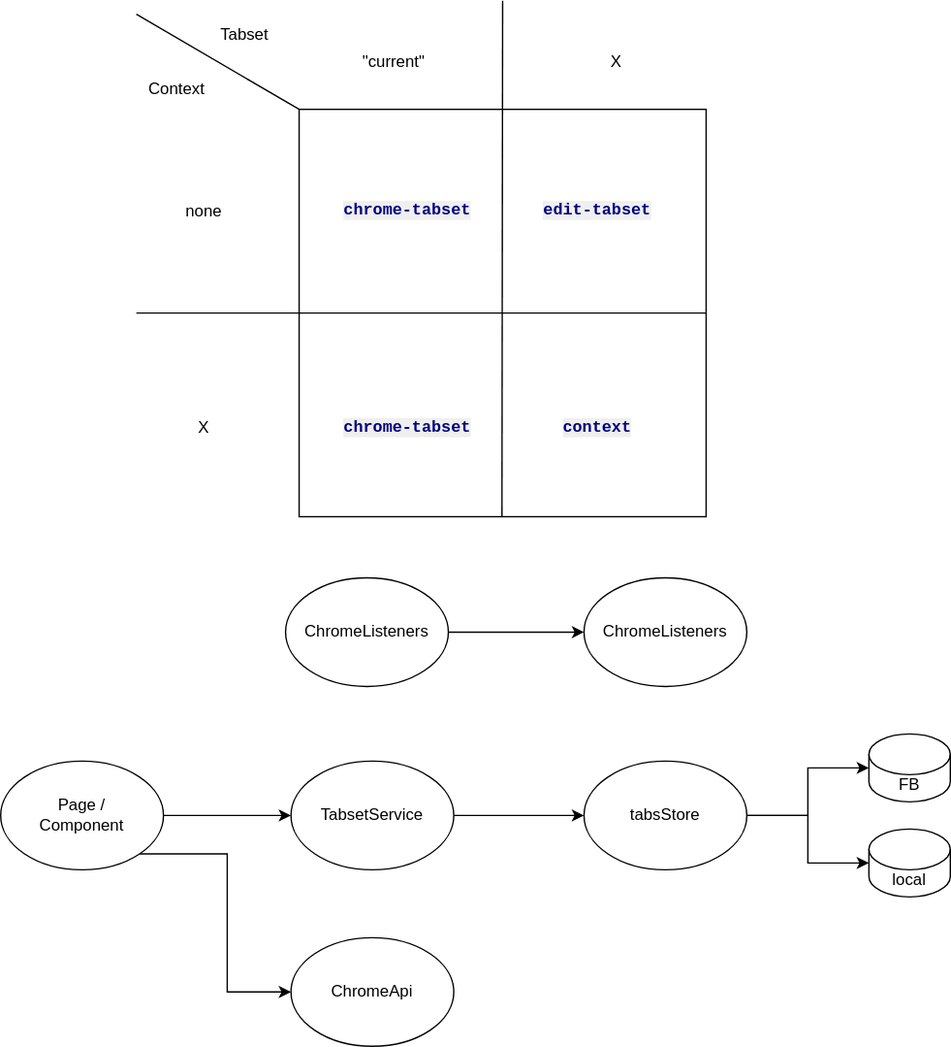
This is docs/overview.svg from evandor/tabsets, a draw.io export, as it was before one commit. Source tidied: cells renumbered, new cells last; positions are measured from the earlier drawing's top-left corner, leaving out a move shared by most shapes.
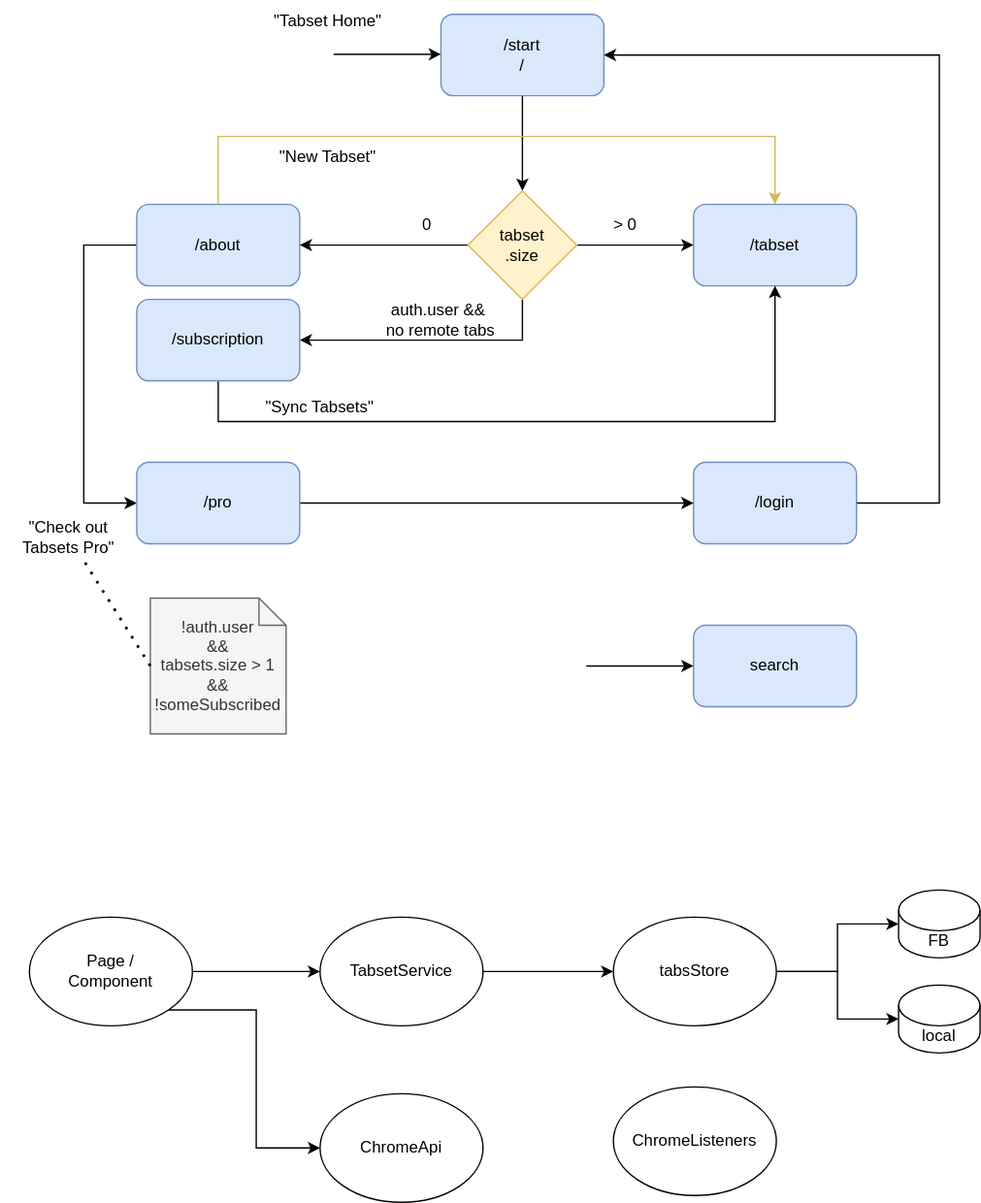
The same diagram one commit later.

Diff of the diagram source:
```diff
@@ -2,55 +2,6 @@
   <root>
     <mxCell id="0" />
     <mxCell id="1" parent="0" />
-    <mxCell id="2" style="whiteSpace=wrap;html=1;" parent="1" vertex="1">
-      <mxGeometry x="220" y="80" width="300" height="300" as="geometry" />
-    </mxCell>
-    <mxCell id="3" style="endArrow=none;html=1;rounded=0;" parent="1" edge="1">
-      <mxGeometry relative="1" as="geometry">
-        <mxPoint x="369.5" y="380" as="sourcePoint" />
-        <mxPoint x="370" as="targetPoint" />
-      </mxGeometry>
-    </mxCell>
-    <mxCell id="4" style="endArrow=none;html=1;rounded=0;entryX=1;entryY=0.5;entryDx=0;entryDy=0;" parent="1" edge="1" target="2">
-      <mxGeometry relative="1" as="geometry">
-        <mxPoint x="100" y="230" as="sourcePoint" />
-      </mxGeometry>
-    </mxCell>
-    <mxCell id="5" value="Tabset" style="text;html=1;strokeColor=none;fillColor=none;align=center;verticalAlign=middle;whiteSpace=wrap;rounded=0;" parent="1" vertex="1">
-      <mxGeometry x="150" y="10" width="60" height="30" as="geometry" />
-    </mxCell>
-    <mxCell id="6" value="Context" style="text;html=1;strokeColor=none;fillColor=none;align=center;verticalAlign=middle;whiteSpace=wrap;rounded=0;" parent="1" vertex="1">
-      <mxGeometry x="100" y="50" width="60" height="30" as="geometry" />
-    </mxCell>
-    <mxCell id="7" value="&quot;current&quot;" style="text;html=1;strokeColor=none;fillColor=none;align=center;verticalAlign=middle;whiteSpace=wrap;rounded=0;" parent="1" vertex="1">
-      <mxGeometry x="260" y="30" width="60" height="30" as="geometry" />
-    </mxCell>
-    <mxCell id="8" value="X" style="text;html=1;strokeColor=none;fillColor=none;align=center;verticalAlign=middle;whiteSpace=wrap;rounded=0;" parent="1" vertex="1">
-      <mxGeometry x="424" y="30" width="60" height="30" as="geometry" />
-    </mxCell>
-    <mxCell id="9" value="X" style="text;html=1;strokeColor=none;fillColor=none;align=center;verticalAlign=middle;whiteSpace=wrap;rounded=0;" parent="1" vertex="1">
-      <mxGeometry x="120" y="300" width="60" height="30" as="geometry" />
-    </mxCell>
-    <mxCell id="10" value="none" style="text;html=1;strokeColor=none;fillColor=none;align=center;verticalAlign=middle;whiteSpace=wrap;rounded=0;" parent="1" vertex="1">
-      <mxGeometry x="120" y="140" width="60" height="30" as="geometry" />
-    </mxCell>
-    <mxCell id="11" style="endArrow=none;html=1;rounded=0;entryX=0;entryY=0;entryDx=0;entryDy=0;" parent="1" edge="1" target="2">
-      <mxGeometry relative="1" as="geometry">
-        <mxPoint x="100" y="10" as="sourcePoint" />
-      </mxGeometry>
-    </mxCell>
-    <mxCell id="12" value="&lt;pre style=&quot;background-color: rgb(255 , 255 , 255) ; font-family: &amp;#34;jetbrains mono&amp;#34; , monospace&quot;&gt;&lt;span style=&quot;color: #000080 ; background-color: #efefef ; font-weight: bold&quot;&gt;context&lt;/span&gt;&lt;/pre&gt;" style="text;html=1;strokeColor=none;fillColor=none;align=center;verticalAlign=middle;whiteSpace=wrap;rounded=0;" parent="1" vertex="1">
-      <mxGeometry x="410" y="300" width="60" height="30" as="geometry" />
-    </mxCell>
-    <mxCell id="13" value="&lt;pre style=&quot;background-color: rgb(255 , 255 , 255) ; font-family: &amp;#34;jetbrains mono&amp;#34; , monospace&quot;&gt;&lt;span style=&quot;color: #000080 ; background-color: #efefef ; font-weight: bold&quot;&gt;edit-tabset&lt;/span&gt;&lt;/pre&gt;" style="text;html=1;strokeColor=none;fillColor=none;align=center;verticalAlign=middle;whiteSpace=wrap;rounded=0;" parent="1" vertex="1">
-      <mxGeometry x="410" y="140" width="60" height="30" as="geometry" />
-    </mxCell>
-    <mxCell id="14" value="&lt;pre style=&quot;background-color: rgb(255 , 255 , 255) ; font-family: &amp;#34;jetbrains mono&amp;#34; , monospace&quot;&gt;&lt;span style=&quot;color: #000080 ; background-color: #efefef ; font-weight: bold&quot;&gt;chrome-tabset&lt;/span&gt;&lt;/pre&gt;" style="text;html=1;strokeColor=none;fillColor=none;align=center;verticalAlign=middle;whiteSpace=wrap;rounded=0;" parent="1" vertex="1">
-      <mxGeometry x="270" y="140" width="60" height="30" as="geometry" />
-    </mxCell>
-    <mxCell id="15" value="&lt;pre style=&quot;background-color: rgb(255 , 255 , 255) ; font-family: &amp;#34;jetbrains mono&amp;#34; , monospace&quot;&gt;&lt;span style=&quot;color: #000080 ; background-color: #efefef ; font-weight: bold&quot;&gt;chrome-tabset&lt;/span&gt;&lt;/pre&gt;" style="text;html=1;strokeColor=none;fillColor=none;align=center;verticalAlign=middle;whiteSpace=wrap;rounded=0;" parent="1" vertex="1">
-      <mxGeometry x="270" y="300" width="60" height="30" as="geometry" />
-    </mxCell>
     <mxCell id="16" style="edgeStyle=orthogonalEdgeStyle;rounded=0;jettySize=auto;html=1;" parent="1" edge="1" source="18" target="20">
       <mxGeometry relative="1" as="geometry" />
     </mxCell>
@@ -75,9 +26,6 @@
     <mxCell id="23" value="tabsStore" style="ellipse;whiteSpace=wrap;html=1;" parent="1" vertex="1">
       <mxGeometry x="430" y="560" width="120" height="80" as="geometry" />
     </mxCell>
-    <mxCell id="24" value="ChromeListeners" style="ellipse;whiteSpace=wrap;html=1;" parent="1" vertex="1">
-      <mxGeometry x="430" y="425" width="120" height="80" as="geometry" />
-    </mxCell>
     <mxCell id="25" value="ChromeApi" style="ellipse;whiteSpace=wrap;html=1;" parent="1" vertex="1">
       <mxGeometry x="214" y="690" width="120" height="80" as="geometry" />
     </mxCell>
@@ -90,11 +38,121 @@
     <mxCell id="28" value="local" style="shape=cylinder3;whiteSpace=wrap;html=1;boundedLbl=1;backgroundOutline=1;size=15;" parent="1" vertex="1">
       <mxGeometry x="640" y="610" width="60" height="50" as="geometry" />
     </mxCell>
-    <mxCell id="29" style="edgeStyle=orthogonalEdgeStyle;rounded=0;jettySize=auto;html=1;entryX=0;entryY=0.5;entryDx=0;entryDy=0;" parent="1" edge="1" source="30" target="24">
-      <mxGeometry relative="1" as="geometry" />
-    </mxCell>
     <mxCell id="30" value="ChromeListeners" style="ellipse;whiteSpace=wrap;html=1;" parent="1" vertex="1">
-      <mxGeometry x="210" y="425" width="120" height="80" as="geometry" />
+      <mxGeometry x="430" y="685" width="120" height="80" as="geometry" />
     </mxCell>
+    <mxCell id="31" style="edgeStyle=orthogonalEdgeStyle;rounded=0;jettySize=auto;html=1;entryX=0.5;entryY=0;entryDx=0;entryDy=0;startArrow=none;startFill=0;" parent="1" edge="1" source="32" target="40">
+      <mxGeometry relative="1" as="geometry" />
+    </mxCell>
+    <mxCell id="32" value="/start&lt;br&gt;/" style="rounded=1;whiteSpace=wrap;html=1;fillColor=#dae8fc;strokeColor=#6c8ebf;" parent="1" vertex="1">
+      <mxGeometry x="303" y="-105" width="120" height="60" as="geometry" />
+    </mxCell>
+    <mxCell id="33" style="edgeStyle=orthogonalEdgeStyle;rounded=0;jettySize=auto;html=1;entryX=0;entryY=0.5;entryDx=0;entryDy=0;startArrow=none;startFill=0;" parent="1" edge="1" source="35" target="46">
+      <mxGeometry relative="1" as="geometry">
+        <Array as="points">
+          <mxPoint x="40" y="65" />
+          <mxPoint x="40" y="255" />
+        </Array>
+      </mxGeometry>
+    </mxCell>
+    <mxCell id="34" style="edgeStyle=orthogonalEdgeStyle;rounded=0;jettySize=auto;html=1;entryX=0.5;entryY=0;entryDx=0;entryDy=0;fillColor=#fff2cc;strokeColor=#d6b656;" parent="1" edge="1" source="35" target="41">
+      <mxGeometry relative="1" as="geometry">
+        <Array as="points">
+          <mxPoint x="139" y="-15" />
+          <mxPoint x="549" y="-15" />
+        </Array>
+      </mxGeometry>
+    </mxCell>
+    <mxCell id="35" value="/about" style="rounded=1;whiteSpace=wrap;html=1;fillColor=#dae8fc;strokeColor=#6c8ebf;" parent="1" vertex="1">
+      <mxGeometry x="79" y="35" width="120" height="60" as="geometry" />
+    </mxCell>
+    <mxCell id="36" style="edgeStyle=orthogonalEdgeStyle;rounded=0;jettySize=auto;html=1;exitX=0;exitY=0.5;exitDx=0;exitDy=0;" parent="1" edge="1" source="40" target="35">
+      <mxGeometry relative="1" as="geometry" />
+    </mxCell>
+    <mxCell id="37" style="edgeStyle=orthogonalEdgeStyle;rounded=0;jettySize=auto;html=1;exitX=1;exitY=0.5;exitDx=0;exitDy=0;entryX=0;entryY=0.5;entryDx=0;entryDy=0;" parent="1" edge="1" source="40" target="41">
+      <mxGeometry relative="1" as="geometry" />
+    </mxCell>
+    <mxCell id="38" style="edgeStyle=orthogonalEdgeStyle;rounded=0;jettySize=auto;html=1;startArrow=none;startFill=0;entryX=1;entryY=0.5;entryDx=0;entryDy=0;exitX=1;exitY=0.5;exitDx=0;exitDy=0;" parent="1" edge="1" source="51" target="32">
+      <mxGeometry relative="1" as="geometry">
+        <Array as="points">
+          <mxPoint x="670" y="255" />
+          <mxPoint x="670" y="-75" />
+        </Array>
+      </mxGeometry>
+    </mxCell>
+    <mxCell id="39" style="edgeStyle=orthogonalEdgeStyle;rounded=0;jettySize=auto;html=1;entryX=1;entryY=0.5;entryDx=0;entryDy=0;" parent="1" edge="1" source="40" target="55">
+      <mxGeometry relative="1" as="geometry">
+        <Array as="points">
+          <mxPoint x="363" y="135" />
+        </Array>
+      </mxGeometry>
+    </mxCell>
+    <mxCell id="40" value="tabset&lt;br&gt;.size" style="rhombus;whiteSpace=wrap;html=1;fillColor=#fff2cc;strokeColor=#d6b656;" parent="1" vertex="1">
+      <mxGeometry x="323" y="25" width="80" height="80" as="geometry" />
+    </mxCell>
+    <mxCell id="41" value="/tabset" style="rounded=1;whiteSpace=wrap;html=1;fillColor=#dae8fc;strokeColor=#6c8ebf;" parent="1" vertex="1">
+      <mxGeometry x="489" y="35" width="120" height="60" as="geometry" />
+    </mxCell>
+    <mxCell id="42" value="0" style="text;html=1;strokeColor=none;fillColor=none;align=center;verticalAlign=middle;whiteSpace=wrap;rounded=0;" parent="1" vertex="1">
+      <mxGeometry x="263" y="35" width="60" height="30" as="geometry" />
+    </mxCell>
+    <mxCell id="43" value="&amp;gt; 0" style="text;html=1;strokeColor=none;fillColor=none;align=center;verticalAlign=middle;whiteSpace=wrap;rounded=0;" parent="1" vertex="1">
+      <mxGeometry x="409" y="35" width="60" height="30" as="geometry" />
+    </mxCell>
+    <mxCell id="44" value="&quot;New Tabset&quot;" style="text;html=1;strokeColor=none;fillColor=none;align=center;verticalAlign=middle;whiteSpace=wrap;rounded=0;" parent="1" vertex="1">
+      <mxGeometry x="170" y="-15" width="100" height="30" as="geometry" />
+    </mxCell>
+    <mxCell id="45" style="edgeStyle=orthogonalEdgeStyle;rounded=0;jettySize=auto;html=1;exitX=1;exitY=0.5;exitDx=0;exitDy=0;startArrow=none;startFill=0;" parent="1" edge="1" source="46" target="51">
+      <mxGeometry relative="1" as="geometry" />
+    </mxCell>
+    <mxCell id="46" value="/pro" style="rounded=1;whiteSpace=wrap;html=1;fillColor=#dae8fc;strokeColor=#6c8ebf;" parent="1" vertex="1">
+      <mxGeometry x="79" y="225" width="120" height="60" as="geometry" />
+    </mxCell>
+    <mxCell id="47" value="&quot;Check out&lt;br&gt;Tabsets Pro&quot;" style="text;html=1;strokeColor=none;fillColor=none;align=center;verticalAlign=middle;whiteSpace=wrap;rounded=0;" parent="1" vertex="1">
+      <mxGeometry x="-21" y="265" width="100" height="30" as="geometry" />
+    </mxCell>
+    <mxCell id="48" value="!auth.user&lt;br&gt;&amp;amp;&amp;amp;&lt;br&gt;tabsets.size &amp;gt; 1&lt;br&gt;&amp;amp;&amp;amp;&lt;br&gt;!someSubscribed" style="shape=note;size=20;whiteSpace=wrap;html=1;fillColor=#f5f5f5;fontColor=#333333;strokeColor=#666666;" parent="1" vertex="1">
+      <mxGeometry x="89" y="325" width="100" height="100" as="geometry" />
+    </mxCell>
+    <mxCell id="49" style="endArrow=none;dashed=1;html=1;dashPattern=1 3;strokeWidth=2;rounded=0;exitX=0;exitY=0.5;exitDx=0;exitDy=0;exitPerimeter=0;" parent="1" edge="1" source="48" target="47">
+      <mxGeometry relative="1" as="geometry" />
+    </mxCell>
+    <mxCell id="50" value="&quot;Tabset Home&quot;" style="text;html=1;strokeColor=none;fillColor=none;align=center;verticalAlign=middle;whiteSpace=wrap;rounded=0;" parent="1" vertex="1">
+      <mxGeometry x="170" y="-115" width="100" height="30" as="geometry" />
+    </mxCell>
+    <mxCell id="51" value="/login" style="rounded=1;whiteSpace=wrap;html=1;fillColor=#dae8fc;strokeColor=#6c8ebf;" parent="1" vertex="1">
+      <mxGeometry x="489" y="225" width="120" height="60" as="geometry" />
+    </mxCell>
+    <mxCell id="52" value="search" style="rounded=1;whiteSpace=wrap;html=1;fillColor=#dae8fc;strokeColor=#6c8ebf;" parent="1" vertex="1">
+      <mxGeometry x="489" y="345" width="120" height="60" as="geometry" />
+    </mxCell>
+    <mxCell id="53" style="endArrow=classic;html=1;rounded=0;entryX=0;entryY=0.5;entryDx=0;entryDy=0;" parent="1" edge="1" target="52">
+      <mxGeometry relative="1" as="geometry">
+        <mxPoint x="410" y="375" as="sourcePoint" />
+      </mxGeometry>
+    </mxCell>
+    <mxCell id="54" style="edgeStyle=orthogonalEdgeStyle;rounded=0;jettySize=auto;html=1;entryX=0.5;entryY=1;entryDx=0;entryDy=0;startArrow=none;startFill=0;exitX=0.5;exitY=1;exitDx=0;exitDy=0;" parent="1" edge="1" source="55" target="41">
+      <mxGeometry relative="1" as="geometry">
+        <Array as="points">
+          <mxPoint x="139" y="195" />
+          <mxPoint x="549" y="195" />
+        </Array>
+      </mxGeometry>
+    </mxCell>
+    <mxCell id="55" value="/subscription" style="rounded=1;whiteSpace=wrap;html=1;fillColor=#dae8fc;strokeColor=#6c8ebf;" parent="1" vertex="1">
+      <mxGeometry x="79" y="105" width="120" height="60" as="geometry" />
+    </mxCell>
+    <mxCell id="56" value="auth.user &amp;amp;&amp;amp;&amp;nbsp;&lt;br&gt;no remote tabs" style="text;html=1;strokeColor=none;fillColor=none;align=center;verticalAlign=middle;whiteSpace=wrap;rounded=0;" parent="1" vertex="1">
+      <mxGeometry x="240" y="105" width="126" height="30" as="geometry" />
+    </mxCell>
+    <mxCell id="57" value="&quot;Sync Tabsets&quot;" style="text;html=1;strokeColor=none;fillColor=none;align=center;verticalAlign=middle;whiteSpace=wrap;rounded=0;" parent="1" vertex="1">
+      <mxGeometry x="151" y="170" width="126" height="30" as="geometry" />
+    </mxCell>
+    <mxCell id="58" style="endArrow=classic;html=1;rounded=0;entryX=0;entryY=0.5;entryDx=0;entryDy=0;" parent="1" edge="1">
+      <mxGeometry relative="1" as="geometry">
+        <mxPoint x="224" y="-75.5" as="sourcePoint" />
+        <mxPoint x="303" y="-75.5" as="targetPoint" />
+      </mxGeometry>
+    </mxCell>
   </root>
 </mxGraphModel>
```
